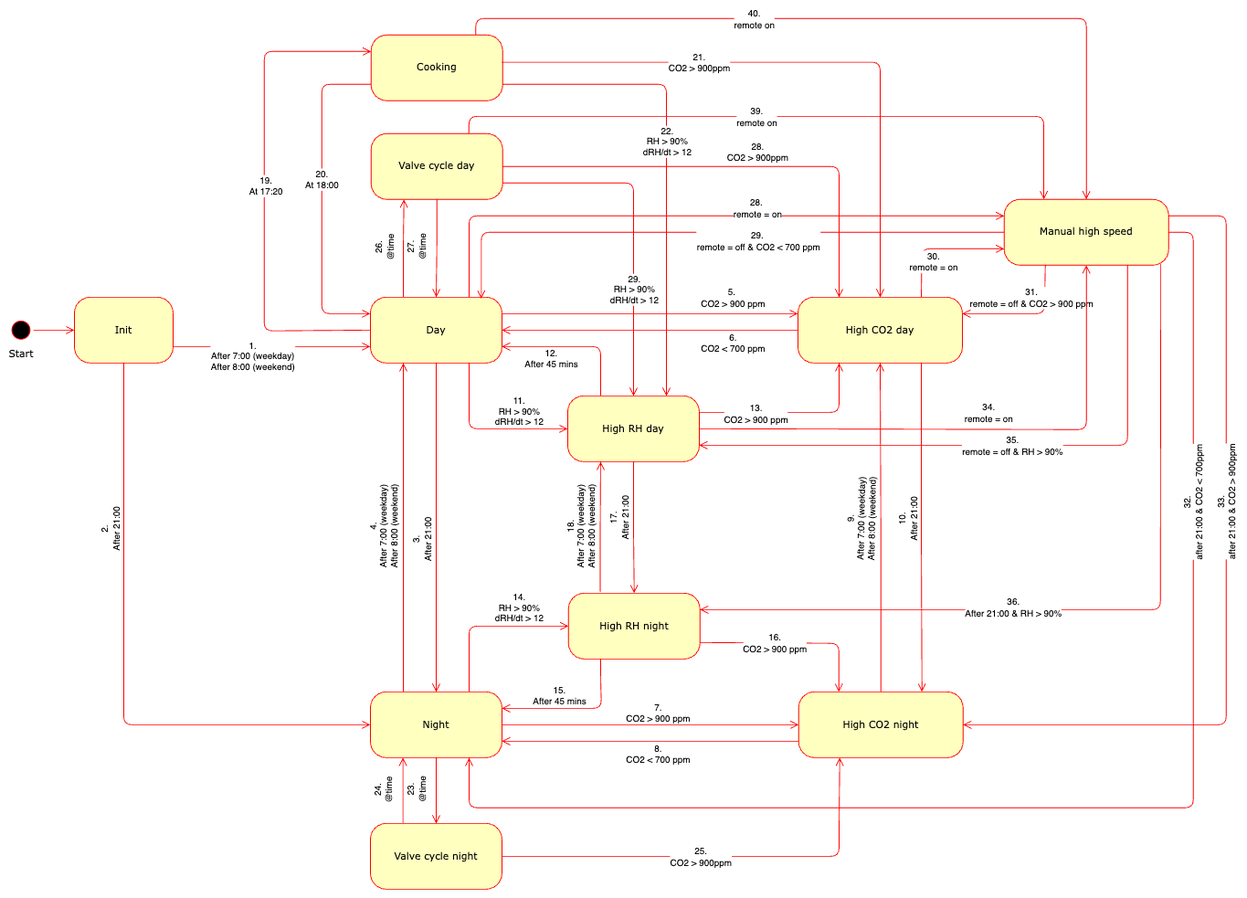
The draw.io diagram design docs/statemachine.png in PeterLourens/OSVentilationPy, before a commit. Source tidied: cells renumbered, new cells last; positions are measured from the earlier drawing's top-left corner, leaving out a move shared by most shapes.
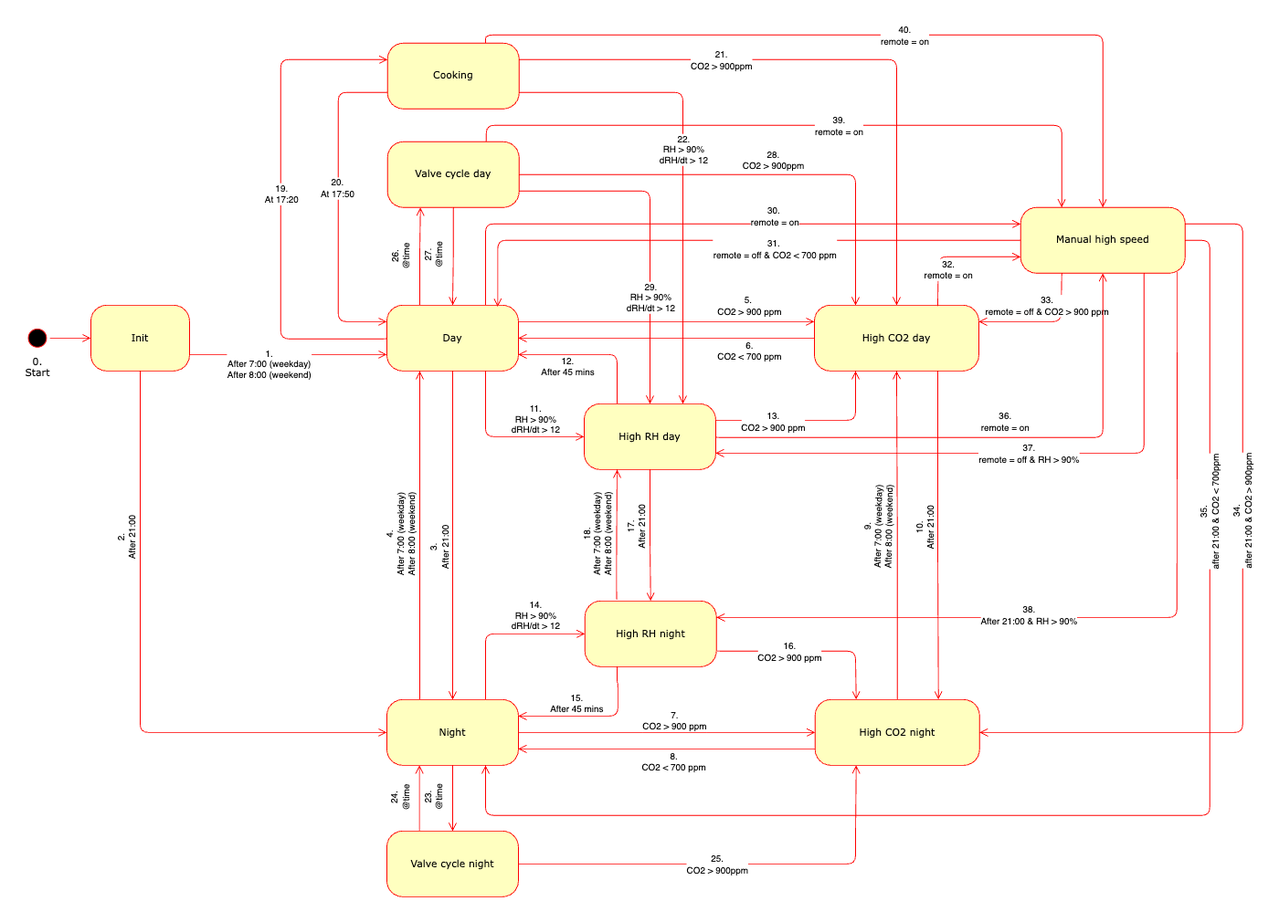
Later version of the same file.

Commit message:
updated statemachine drawing and state transistion matrix

The edit, as a diff of the source:
```diff
@@ -2,7 +2,7 @@
   <root>
     <mxCell id="0" />
     <mxCell id="1" parent="0" />
-    <mxCell id="2" value="Start" style="ellipse;html=1;shape=startState;fillColor=#000000;strokeColor=#ff0000;rounded=1;shadow=0;comic=0;labelBackgroundColor=none;fontFamily=Verdana;fontSize=12;fontColor=#000000;align=center;direction=south;labelPosition=center;verticalLabelPosition=bottom;verticalAlign=top;" parent="1" vertex="1">
+    <mxCell id="2" value="0.&lt;div&gt;Start&lt;/div&gt;" style="ellipse;html=1;shape=startState;fillColor=#000000;strokeColor=#ff0000;rounded=1;shadow=0;comic=0;labelBackgroundColor=none;fontFamily=Verdana;fontSize=12;fontColor=#000000;align=center;direction=south;labelPosition=center;verticalLabelPosition=bottom;verticalAlign=top;" parent="1" vertex="1">
       <mxGeometry y="364" width="30" height="30" as="geometry" />
     </mxCell>
     <mxCell id="3" value="Init" style="rounded=1;whiteSpace=wrap;html=1;arcSize=24;fillColor=#ffffc0;strokeColor=#ff0000;shadow=0;comic=0;labelBackgroundColor=none;fontFamily=Verdana;fontSize=12;fontColor=#000000;align=center;" parent="1" vertex="1">
@@ -244,7 +244,7 @@
         </Array>
       </mxGeometry>
     </mxCell>
-    <mxCell id="53" value="20.&lt;div&gt;At 18:00&lt;/div&gt;" style="edgeLabel;html=1;align=center;verticalAlign=middle;" parent="52" vertex="1">
+    <mxCell id="53" value="20.&lt;div&gt;At 17:50&lt;/div&gt;" style="edgeLabel;html=1;align=center;verticalAlign=middle;" parent="52" vertex="1">
       <mxGeometry x="-0.15" y="-1" relative="1" as="geometry">
         <mxPoint y="7" as="offset" />
       </mxGeometry>
@@ -304,7 +304,7 @@
         <mxPoint y="80" as="offset" />
       </mxGeometry>
     </mxCell>
-    <mxCell id="66" style="edgeStyle=orthogonalEdgeStyle;html=1;exitX=0.993;exitY=0.415;labelBackgroundColor=none;endArrow=open;endSize=8;strokeColor=#ff0000;fontFamily=Verdana;fontSize=12;align=left;entryX=0.5;entryY=0;entryDx=0;entryDy=0;exitDx=0;exitDy=0;exitPerimeter=0;" parent="1" edge="1" source="47" target="11">
+    <mxCell id="66" style="edgeStyle=orthogonalEdgeStyle;html=1;exitX=1;exitY=0.25;labelBackgroundColor=none;endArrow=open;endSize=8;strokeColor=#ff0000;fontFamily=Verdana;fontSize=12;align=left;entryX=0.5;entryY=0;entryDx=0;entryDy=0;exitDx=0;exitDy=0;" parent="1" edge="1" source="47" target="11">
       <mxGeometry relative="1" as="geometry" />
     </mxCell>
     <mxCell id="67" value="21.&lt;div&gt;CO2 &amp;gt; 900ppm&lt;/div&gt;" style="edgeLabel;html=1;align=center;verticalAlign=middle;rotation=0;" parent="66" vertex="1">
@@ -347,7 +347,7 @@
         </Array>
       </mxGeometry>
     </mxCell>
-    <mxCell id="74" value="28.&amp;nbsp;&lt;div&gt;remote = on&lt;/div&gt;" style="edgeLabel;html=1;align=center;verticalAlign=middle;" parent="73" vertex="1">
+    <mxCell id="74" value="30.&amp;nbsp;&lt;div&gt;remote = on&lt;/div&gt;" style="edgeLabel;html=1;align=center;verticalAlign=middle;" parent="73" vertex="1">
       <mxGeometry relative="1" as="geometry">
         <mxPoint x="75" y="-10" as="offset" />
       </mxGeometry>
@@ -359,7 +359,7 @@
         </Array>
       </mxGeometry>
     </mxCell>
-    <mxCell id="76" value="29.&amp;nbsp;&lt;div&gt;remote = off &amp;amp; CO2 &amp;lt; 700 ppm&lt;/div&gt;" style="edgeLabel;html=1;align=center;verticalAlign=middle;" parent="75" vertex="1">
+    <mxCell id="76" value="31.&amp;nbsp;&lt;div&gt;remote = off &amp;amp; CO2 &amp;lt; 700 ppm&lt;/div&gt;" style="edgeLabel;html=1;align=center;verticalAlign=middle;" parent="75" vertex="1">
       <mxGeometry relative="1" as="geometry">
         <mxPoint x="59" y="10" as="offset" />
       </mxGeometry>
@@ -373,7 +373,7 @@
         </Array>
       </mxGeometry>
     </mxCell>
-    <mxCell id="78" value="30.&lt;div&gt;remote = on&lt;/div&gt;" style="edgeLabel;html=1;align=center;verticalAlign=middle;" parent="77" vertex="1">
+    <mxCell id="78" value="32.&lt;div&gt;remote = on&lt;/div&gt;" style="edgeLabel;html=1;align=center;verticalAlign=middle;" parent="77" vertex="1">
       <mxGeometry x="-0.15" y="-1" relative="1" as="geometry">
         <mxPoint x="5" y="14" as="offset" />
       </mxGeometry>
@@ -386,7 +386,7 @@
         </Array>
       </mxGeometry>
     </mxCell>
-    <mxCell id="80" value="31.&lt;div&gt;remote = off &amp;amp; CO2 &amp;gt; 900 ppm&lt;/div&gt;" style="edgeLabel;html=1;align=center;verticalAlign=middle;" parent="79" vertex="1">
+    <mxCell id="80" value="33.&lt;div&gt;remote = off &amp;amp; CO2 &amp;gt; 900 ppm&lt;/div&gt;" style="edgeLabel;html=1;align=center;verticalAlign=middle;" parent="79" vertex="1">
       <mxGeometry x="-0.15" y="-1" relative="1" as="geometry">
         <mxPoint x="-8" y="-19" as="offset" />
       </mxGeometry>
@@ -400,7 +400,7 @@
         </Array>
       </mxGeometry>
     </mxCell>
-    <mxCell id="82" value="32.&lt;div&gt;after 21:00 &amp;amp; CO2 &amp;lt; 700ppm&lt;/div&gt;" style="edgeLabel;html=1;align=center;verticalAlign=middle;rotation=270;" parent="81" vertex="1">
+    <mxCell id="82" value="35.&lt;div&gt;after 21:00 &amp;amp; CO2 &amp;lt; 700ppm&lt;/div&gt;" style="edgeLabel;html=1;align=center;verticalAlign=middle;rotation=270;" parent="81" vertex="1">
       <mxGeometry x="-0.15" y="-1" relative="1" as="geometry">
         <mxPoint x="1" y="-350" as="offset" />
       </mxGeometry>
@@ -413,7 +413,7 @@
         </Array>
       </mxGeometry>
     </mxCell>
-    <mxCell id="84" value="33.&lt;div&gt;after 21:00 &amp;amp; CO2 &amp;gt; 900ppm&lt;/div&gt;" style="edgeLabel;html=1;align=center;verticalAlign=middle;rotation=-90;" parent="83" vertex="1">
+    <mxCell id="84" value="34.&lt;div&gt;after 21:00 &amp;amp; CO2 &amp;gt; 900ppm&lt;/div&gt;" style="edgeLabel;html=1;align=center;verticalAlign=middle;rotation=-90;" parent="83" vertex="1">
       <mxGeometry x="-0.15" y="-1" relative="1" as="geometry">
         <mxPoint x="1" y="-9" as="offset" />
       </mxGeometry>
@@ -426,7 +426,7 @@
         </Array>
       </mxGeometry>
     </mxCell>
-    <mxCell id="86" value="34.&lt;div&gt;remote = on&lt;/div&gt;" style="edgeLabel;html=1;align=center;verticalAlign=middle;" parent="85" vertex="1">
+    <mxCell id="86" value="36.&lt;div&gt;remote = on&lt;/div&gt;" style="edgeLabel;html=1;align=center;verticalAlign=middle;" parent="85" vertex="1">
       <mxGeometry x="-0.15" y="-1" relative="1" as="geometry">
         <mxPoint x="66" y="-21" as="offset" />
       </mxGeometry>
@@ -438,7 +438,7 @@
         </Array>
       </mxGeometry>
     </mxCell>
-    <mxCell id="88" value="35.&lt;div&gt;remote = off &amp;amp; RH &amp;gt; 90%&lt;/div&gt;" style="edgeLabel;html=1;align=center;verticalAlign=middle;" parent="87" vertex="1">
+    <mxCell id="88" value="37.&lt;div&gt;remote = off &amp;amp; RH &amp;gt; 90%&lt;/div&gt;" style="edgeLabel;html=1;align=center;verticalAlign=middle;" parent="87" vertex="1">
       <mxGeometry x="-0.15" y="-1" relative="1" as="geometry">
         <mxPoint x="-45" y="1" as="offset" />
       </mxGeometry>
@@ -451,39 +451,38 @@
         </Array>
       </mxGeometry>
     </mxCell>
-    <mxCell id="90" value="36.&lt;div&gt;After 21:00 &amp;amp; RH &amp;gt; 90%&lt;/div&gt;" style="edgeLabel;html=1;align=center;verticalAlign=middle;" parent="89" vertex="1">
+    <mxCell id="90" value="38.&lt;div&gt;After 21:00 &amp;amp; RH &amp;gt; 90%&lt;/div&gt;" style="edgeLabel;html=1;align=center;verticalAlign=middle;" parent="89" vertex="1">
       <mxGeometry x="-0.15" y="-1" relative="1" as="geometry">
         <mxPoint x="-179" y="1" as="offset" />
       </mxGeometry>
     </mxCell>
-    <mxCell id="91" style="edgeStyle=orthogonalEdgeStyle;html=1;exitX=0.795;exitY=0.008;labelBackgroundColor=none;endArrow=open;endSize=8;strokeColor=#ff0000;fontFamily=Verdana;fontSize=12;align=left;entryX=0.5;entryY=0;entryDx=0;entryDy=0;exitDx=0;exitDy=0;exitPerimeter=0;" parent="1" edge="1" source="47" target="72">
-      <mxGeometry relative="1" as="geometry">
-        <Array as="points">
-          <mxPoint x="568" />
-          <mxPoint x="1311" />
-        </Array>
-      </mxGeometry>
-    </mxCell>
-    <mxCell id="92" value="40.&lt;div&gt;remote on&lt;/div&gt;" style="edgeLabel;html=1;align=center;verticalAlign=middle;rotation=0;" parent="91" vertex="1">
-      <mxGeometry relative="1" as="geometry">
-        <mxPoint x="-133" as="offset" />
-      </mxGeometry>
-    </mxCell>
-    <mxCell id="93" style="edgeStyle=orthogonalEdgeStyle;html=1;exitX=0.75;exitY=0;labelBackgroundColor=none;endArrow=open;endSize=8;strokeColor=#ff0000;fontFamily=Verdana;fontSize=12;align=left;entryX=0.25;entryY=0;entryDx=0;entryDy=0;exitDx=0;exitDy=0;" parent="1" edge="1">
-      <mxGeometry relative="1" as="geometry">
-        <mxPoint x="559.9" y="140" as="sourcePoint" />
-        <mxPoint x="1259.9" y="220" as="targetPoint" />
-        <Array as="points">
-          <mxPoint x="560" y="119" />
-          <mxPoint x="1259" y="119" />
-          <mxPoint x="1259" y="220" />
-        </Array>
-      </mxGeometry>
-    </mxCell>
-    <mxCell id="94" value="39.&lt;div&gt;&lt;div&gt;remote on&lt;/div&gt;&lt;/div&gt;" style="edgeLabel;html=1;align=center;verticalAlign=middle;rotation=0;" parent="93" vertex="1">
-      <mxGeometry relative="1" as="geometry">
-        <mxPoint x="-41" as="offset" />
-      </mxGeometry>
-    </mxCell>
+    <mxCell id="95" style="edgeStyle=orthogonalEdgeStyle;html=1;exitX=0.75;exitY=0;labelBackgroundColor=none;endArrow=open;endSize=8;strokeColor=#ff0000;fontFamily=Verdana;fontSize=12;align=left;entryX=0.25;entryY=0;entryDx=0;entryDy=0;exitDx=0;exitDy=0;" parent="1" edge="1" source="46" target="72">
+      <mxGeometry relative="1" as="geometry">
+        <Array as="points">
+          <mxPoint x="561" y="120" />
+          <mxPoint x="1261" y="120" />
+        </Array>
+      </mxGeometry>
+    </mxCell>
+    <mxCell id="96" value="39.&lt;div&gt;remote = on&lt;/div&gt;" style="edgeLabel;html=1;align=center;verticalAlign=middle;rotation=0;" parent="95" vertex="1">
+      <mxGeometry relative="1" as="geometry">
+        <mxPoint x="39" as="offset" />
+      </mxGeometry>
+    </mxCell>
+    <mxCell id="97" style="edgeStyle=orthogonalEdgeStyle;html=1;exitX=0.75;exitY=0;labelBackgroundColor=none;endArrow=open;endSize=8;strokeColor=#ff0000;fontFamily=Verdana;fontSize=12;align=left;entryX=0.5;entryY=0;entryDx=0;entryDy=0;exitDx=0;exitDy=0;" parent="1" edge="1" target="72">
+      <mxGeometry relative="1" as="geometry">
+        <mxPoint x="560" y="20" as="sourcePoint" />
+        <Array as="points">
+          <mxPoint x="560" y="10" />
+          <mxPoint x="1310" y="10" />
+          <mxPoint x="1310" y="220" />
+        </Array>
+      </mxGeometry>
+    </mxCell>
+    <mxCell id="98" value="40.&lt;div&gt;remote = on&lt;/div&gt;" style="edgeLabel;html=1;align=center;verticalAlign=middle;rotation=0;" parent="97" vertex="1">
+      <mxGeometry relative="1" as="geometry">
+        <mxPoint x="34" as="offset" />
+      </mxGeometry>
+    </mxCell>
   </root>
 </mxGraphModel>
```
